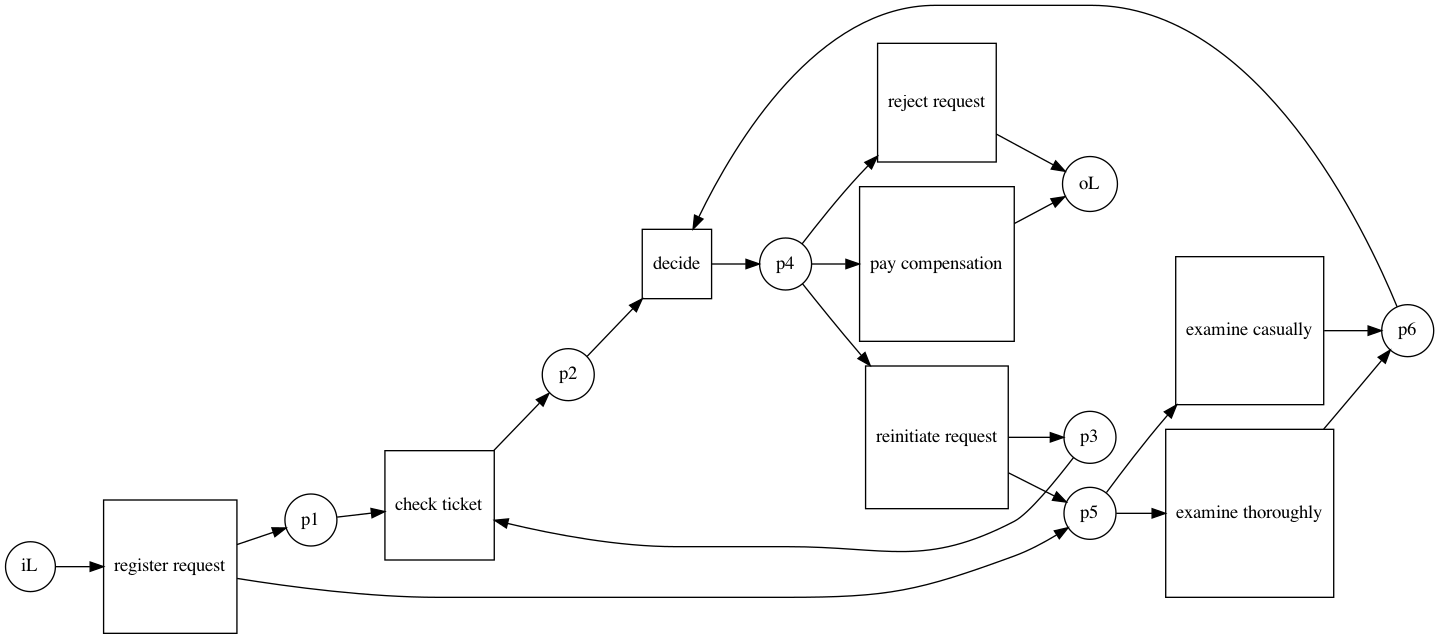
Earlier version of the Graphviz export graph-output/running-example.png (PhamCaoLam/Process_Mining_Internship). Its source is kept beside it as graph-output/graph-output/running-example.gv.
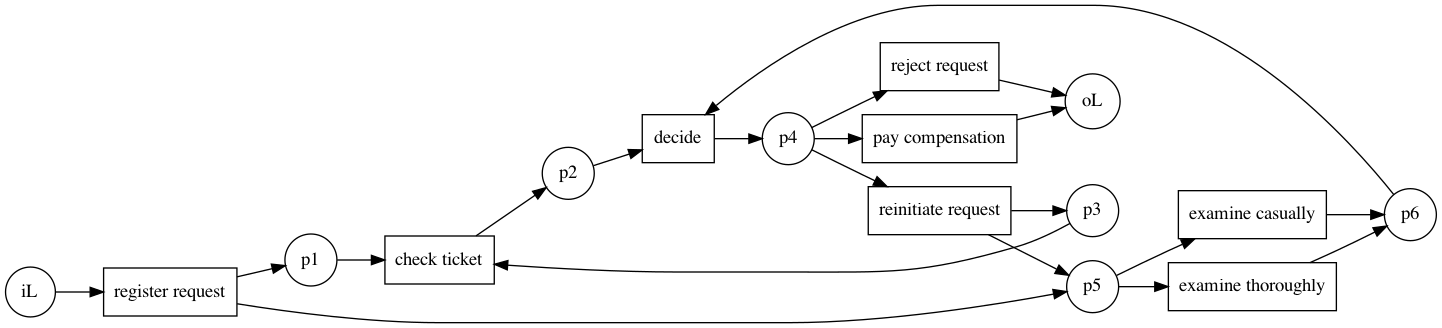
After the change.

Diff of the diagram source:
```diff
@@ -1,63 +1,63 @@
 digraph {
 	graph [rankdir=LR]
-	"register request" [shape=square]
+	"register request" [shape=rect]
 	p1 [shape=circle]
 	"register request" -> p1
 	p1 [shape=circle]
-	"check ticket" [shape=square]
+	"check ticket" [shape=rect]
 	p1 -> "check ticket"
-	"check ticket" [shape=square]
+	"check ticket" [shape=rect]
 	p2 [shape=circle]
 	"check ticket" -> p2
 	p2 [shape=circle]
-	decide [shape=square]
+	decide [shape=rect]
 	p2 -> decide
-	"reinitiate request" [shape=square]
+	"reinitiate request" [shape=rect]
 	p3 [shape=circle]
 	"reinitiate request" -> p3
 	p3 [shape=circle]
-	"check ticket" [shape=square]
+	"check ticket" [shape=rect]
 	p3 -> "check ticket"
-	decide [shape=square]
+	decide [shape=rect]
 	p4 [shape=circle]
 	decide -> p4
 	p4 [shape=circle]
-	"reinitiate request" [shape=square]
+	"reinitiate request" [shape=rect]
 	p4 -> "reinitiate request"
 	p4 [shape=circle]
-	"pay compensation" [shape=square]
+	"pay compensation" [shape=rect]
 	p4 -> "pay compensation"
 	p4 [shape=circle]
-	"reject request" [shape=square]
+	"reject request" [shape=rect]
 	p4 -> "reject request"
-	"register request" [shape=square]
+	"register request" [shape=rect]
 	p5 [shape=circle]
 	"register request" -> p5
-	"reinitiate request" [shape=square]
+	"reinitiate request" [shape=rect]
 	p5 [shape=circle]
 	"reinitiate request" -> p5
 	p5 [shape=circle]
-	"examine casually" [shape=square]
+	"examine casually" [shape=rect]
 	p5 -> "examine casually"
 	p5 [shape=circle]
-	"examine thoroughly" [shape=square]
+	"examine thoroughly" [shape=rect]
 	p5 -> "examine thoroughly"
-	"examine casually" [shape=square]
+	"examine casually" [shape=rect]
 	p6 [shape=circle]
 	"examine casually" -> p6
-	"examine thoroughly" [shape=square]
+	"examine thoroughly" [shape=rect]
 	p6 [shape=circle]
 	"examine thoroughly" -> p6
 	p6 [shape=circle]
-	decide [shape=square]
+	decide [shape=rect]
 	p6 -> decide
 	iL [shape=circle]
-	"register request" [shape=square]
+	"register request" [shape=rect]
 	iL -> "register request"
 	oL [shape=circle]
-	"pay compensation" [shape=square]
+	"pay compensation" [shape=rect]
 	"pay compensation" -> oL
 	oL [shape=circle]
-	"reject request" [shape=square]
+	"reject request" [shape=rect]
 	"reject request" -> oL
 }
```
